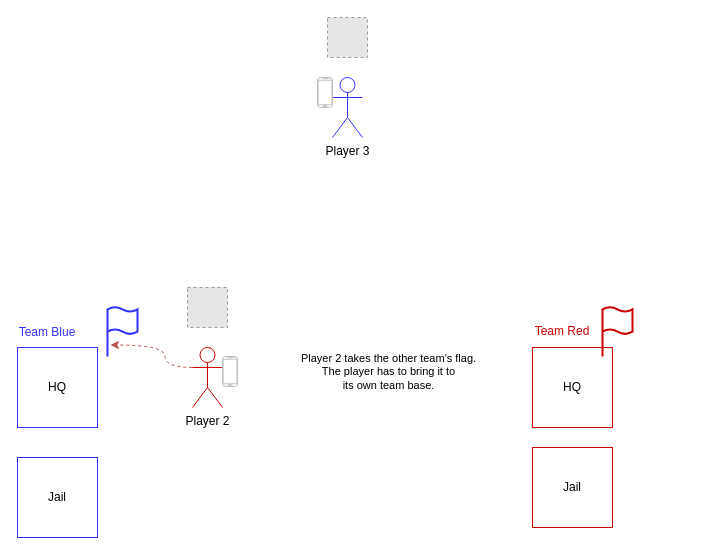
Hg347/ctf-rush keeps this draw.io diagram as concept/Use Case 004.drawio. Above is the earlier version. Source tidied: cells renumbered, new cells numbered last; positions are measured from the earlier drawing's top-left corner, leaving out a move shared by most shapes. Both pictures are drawn from the tidied source at 100%, with x=0, y=0 at pixel (17, 17). Pictures stored in the file or linked from it are replaced by grey dashed boxes.
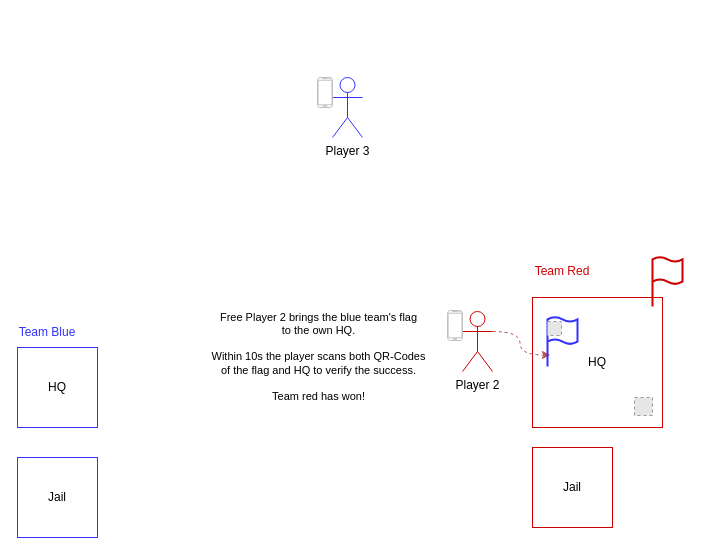
The same page after the edit.

The edit, as a diff of the source:
```diff
@@
 <mxGraphModel>
   <root>
     <mxCell id="0" />
     <mxCell id="1" parent="0" />
+    <mxCell id="8" value="HQ" style="whiteSpace=wrap;html=1;strokeColor=#CC0000;" parent="1" vertex="1">
+      <mxGeometry x="515" y="280" width="130" height="130" as="geometry" />
+    </mxCell>
-    <mxCell id="2" style="edgeStyle=orthogonalEdgeStyle;rounded=0;jettySize=auto;html=1;curved=1;endArrow=classic;startFill=0;fillColor=#f8cecc;strokeColor=#b85450;exitX=0;exitY=0.3333333333333333;exitDx=0;exitDy=0;exitPerimeter=0;entryX=0.095;entryY=0.77;entryDx=0;entryDy=0;entryPerimeter=0;endFill=1;dashed=1;" parent="1" edge="1" source="3" target="12">
+    <mxCell id="2" style="edgeStyle=orthogonalEdgeStyle;rounded=0;jettySize=auto;html=1;curved=1;endArrow=classic;startFill=0;fillColor=#f8cecc;strokeColor=#b85450;exitX=1;exitY=0.3333333333333333;exitDx=0;exitDy=0;exitPerimeter=0;entryX=0.095;entryY=0.77;entryDx=0;entryDy=0;entryPerimeter=0;endFill=1;dashed=1;" parent="1" edge="1" source="3" target="12">
       <mxGeometry relative="1" as="geometry" />
     </mxCell>
     <mxCell id="3" value="Player 2" style="shape=umlActor;verticalLabelPosition=bottom;verticalAlign=top;html=1;outlineConnect=0;strokeColor=#CC0000;" parent="1" vertex="1">
-      <mxGeometry x="175" y="330" width="30" height="60" as="geometry" />
+      <mxGeometry x="445" y="294" width="30" height="60" as="geometry" />
     </mxCell>
-    <mxCell id="4" style="fillColor=#E6E6E6;strokeColor=#999999;dashed=1;html=1;verticalAlign=top;verticalLabelPosition=bottom;labelBackgroundColor=#ffffff;" parent="1" vertex="1">
-      <mxGeometry x="170" y="270" width="40" height="40" as="geometry" />
-    </mxCell>
     <mxCell id="5" value="&lt;span style=&quot;color: rgb(51, 51, 255);&quot;&gt;Team Blue&lt;/span&gt;" style="text;html=1;align=center;verticalAlign=middle;whiteSpace=wrap;rounded=0;" parent="1" vertex="1">
       <mxGeometry y="300" width="60" height="30" as="geometry" />
     </mxCell>
     <mxCell id="6" value="&lt;span style=&quot;color: rgb(204, 0, 0);&quot;&gt;Team Red&lt;/span&gt;" style="text;html=1;align=center;verticalAlign=middle;whiteSpace=wrap;rounded=0;" parent="1" vertex="1">
-      <mxGeometry x="515" y="299" width="60" height="30" as="geometry" />
+      <mxGeometry x="515" y="239" width="60" height="30" as="geometry" />
     </mxCell>
     <mxCell id="7" value="HQ" style="whiteSpace=wrap;html=1;strokeColor=#3333FF;" parent="1" vertex="1">
       <mxGeometry y="330" width="80" height="80" as="geometry" />
     </mxCell>
-    <mxCell id="8" value="HQ" style="whiteSpace=wrap;html=1;strokeColor=#CC0000;" parent="1" vertex="1">
-      <mxGeometry x="515" y="330" width="80" height="80" as="geometry" />
-    </mxCell>
     <mxCell id="9" value="Jail" style="whiteSpace=wrap;html=1;strokeColor=#3333FF;" parent="1" vertex="1">
       <mxGeometry y="440" width="80" height="80" as="geometry" />
     </mxCell>
     <mxCell id="10" value="Jail" style="whiteSpace=wrap;html=1;strokeColor=#CC0000;" parent="1" vertex="1">
       <mxGeometry x="515" y="430" width="80" height="80" as="geometry" />
     </mxCell>
-    <mxCell id="11" style="html=1;verticalLabelPosition=bottom;align=center;labelBackgroundColor=#ffffff;verticalAlign=top;strokeWidth=2;strokeColor=#CC0000;shadow=0;dashed=0;shape=mxgraph.ios7.icons.flag;" parent="1" vertex="1">
-      <mxGeometry x="585" y="289" width="30" height="50" as="geometry" />
-    </mxCell>
     <mxCell id="12" style="html=1;verticalLabelPosition=bottom;align=center;labelBackgroundColor=#ffffff;verticalAlign=top;strokeWidth=2;strokeColor=#3333FF;shadow=0;dashed=0;shape=mxgraph.ios7.icons.flag;" parent="1" vertex="1">
-      <mxGeometry x="90" y="289" width="30" height="50" as="geometry" />
+      <mxGeometry x="530" y="299" width="30" height="50" as="geometry" />
     </mxCell>
     <mxCell id="13" style="verticalLabelPosition=bottom;verticalAlign=top;html=1;shadow=0;dashed=0;strokeWidth=1;shape=mxgraph.android.phone2;strokeColor=#c0c0c0;" parent="1" vertex="1">
-      <mxGeometry x="205" y="339" width="15" height="30" as="geometry" />
+      <mxGeometry x="430" y="293" width="15" height="30" as="geometry" />
     </mxCell>
-    <mxCell id="14" value="Player 2 takes the other team's flag.&lt;br&gt;The player has to bring it to &lt;br&gt;its own team base.&lt;div&gt;&lt;br&gt;&lt;/div&gt;" style="edgeLabel;html=1;align=center;verticalAlign=middle;" parent="1" vertex="1">
-      <mxGeometry x="370" y="360" as="geometry" />
+    <mxCell id="14" value="Free Player 2 brings the blue team's flag&lt;br&gt;to the own HQ.&lt;br&gt;&lt;br&gt;Within 10s the player scans both QR-Codes &lt;br&gt;of the flag and HQ to verify the success. &lt;br&gt;&lt;br&gt;Team red has won!&lt;div&gt;&lt;br&gt;&lt;/div&gt;" style="edgeLabel;html=1;align=center;verticalAlign=middle;" parent="1" vertex="1">
+      <mxGeometry x="300" y="345" as="geometry" />
     </mxCell>
     <mxCell id="15" value="Player 3" style="shape=umlActor;verticalLabelPosition=bottom;verticalAlign=top;html=1;strokeColor=#3333FF;" parent="1" vertex="1">
       <mxGeometry x="315" y="60" width="30" height="60" as="geometry" />
     </mxCell>
-    <mxCell id="16" style="fillColor=#E6E6E6;strokeColor=#999999;dashed=1;html=1;verticalAlign=top;verticalLabelPosition=bottom;labelBackgroundColor=#ffffff;" parent="1" vertex="1">
-      <mxGeometry x="310" width="40" height="40" as="geometry" />
-    </mxCell>
     <mxCell id="17" style="verticalLabelPosition=bottom;verticalAlign=top;html=1;shadow=0;dashed=0;strokeWidth=1;shape=mxgraph.android.phone2;strokeColor=#c0c0c0;" parent="1" vertex="1">
       <mxGeometry x="300" y="60" width="15" height="30" as="geometry" />
     </mxCell>
+    <mxCell id="11" style="html=1;verticalLabelPosition=bottom;align=center;labelBackgroundColor=#ffffff;verticalAlign=top;strokeWidth=2;strokeColor=#CC0000;shadow=0;dashed=0;shape=mxgraph.ios7.icons.flag;" parent="1" vertex="1">
+      <mxGeometry x="635" y="239" width="30" height="50" as="geometry" />
+    </mxCell>
+    <mxCell id="18" style="fillColor=#E6E6E6;strokeColor=#999999;dashed=1;html=1;verticalAlign=top;verticalLabelPosition=bottom;labelBackgroundColor=#ffffff;" parent="1" vertex="1">
+      <mxGeometry x="530" y="304" width="14" height="14" as="geometry" />
+    </mxCell>
+    <mxCell id="19" style="fillColor=#E6E6E6;strokeColor=#999999;dashed=1;html=1;verticalAlign=top;verticalLabelPosition=bottom;labelBackgroundColor=#ffffff;" parent="1" vertex="1">
+      <mxGeometry x="617" y="380" width="18" height="18" as="geometry" />
+    </mxCell>
   </root>
 </mxGraphModel>
```
